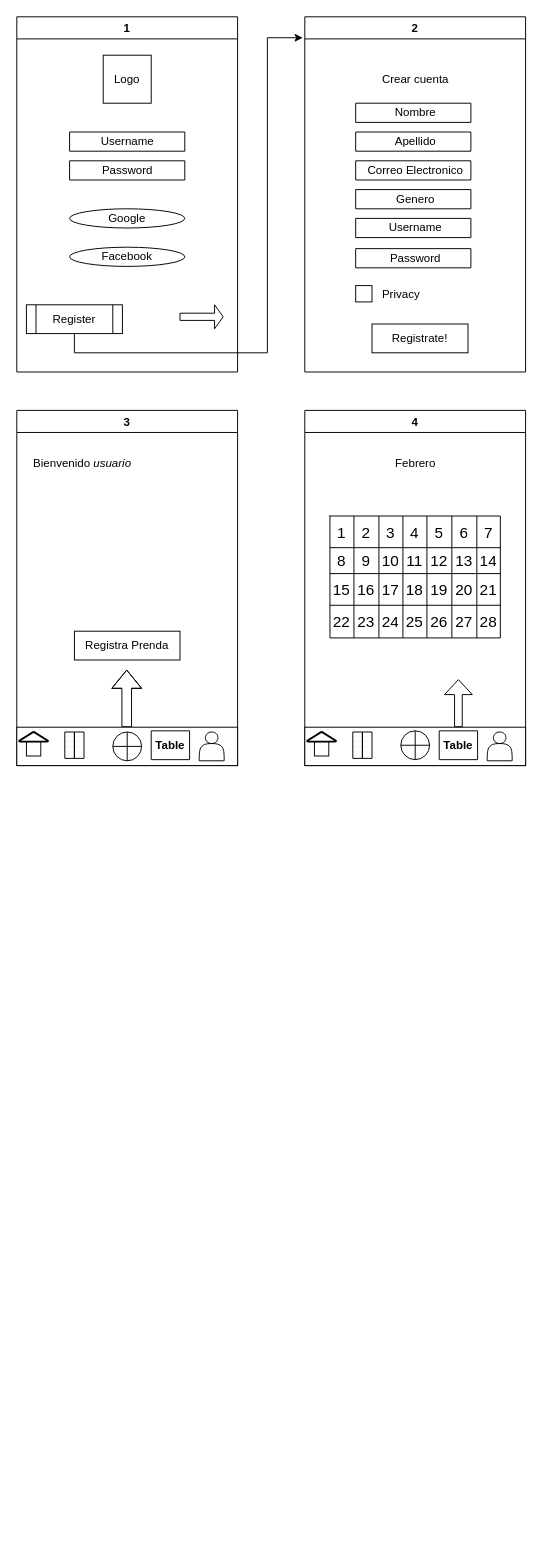
This is pantallas.drawio from lukebella/RopApp, a draw.io file, before an edit. Source tidied: cells renumbered, new cells numbered last; positions are measured from the earlier drawing's top-left corner, leaving out a move shared by most shapes. Both pictures are drawn from the tidied source at 96%, with x=0, y=0 at pixel (16, 16).
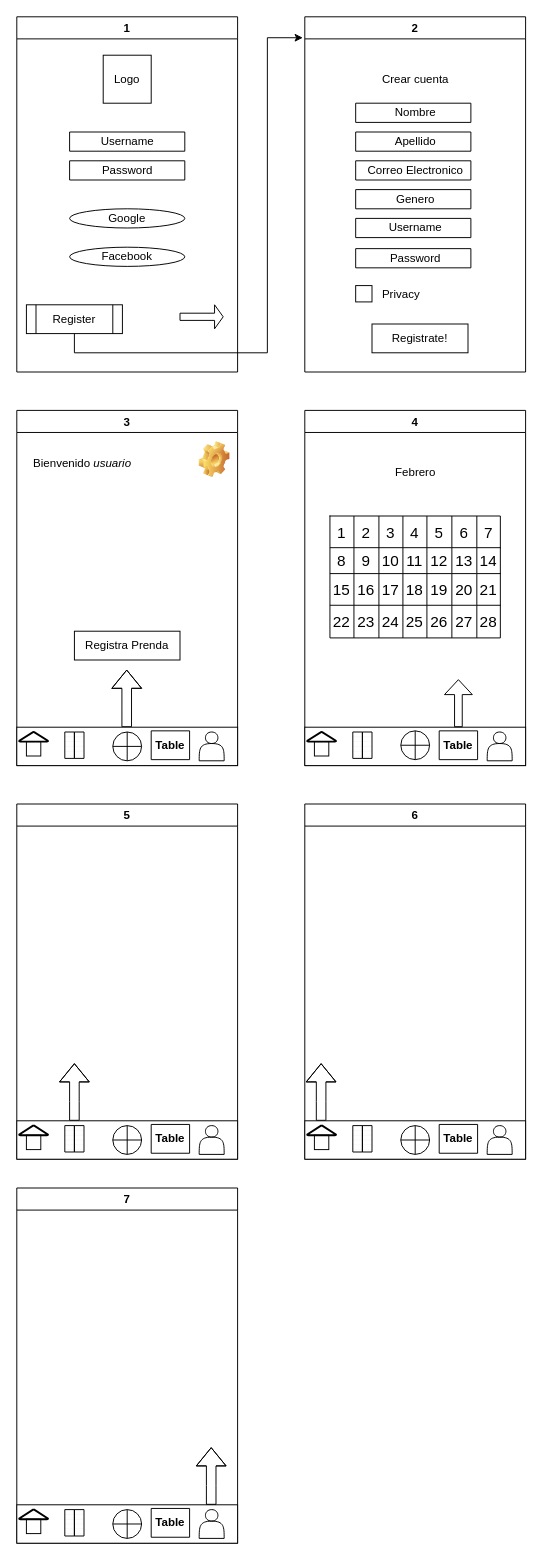
Above is the later version.

The change refers to these unchanged cells:
```xml
<mxCell id="29" value="3" style="swimlane;startSize=23;" parent="1" vertex="1">
  <mxGeometry y="410" width="230" height="370" as="geometry" />
</mxCell>
<mxCell id="42" value="4" style="swimlane;startSize=23;" parent="1" vertex="1">
  <mxGeometry x="300" y="410" width="230" height="370" as="geometry" />
</mxCell>
```

Diff of the diagram source:
```diff
@@
+    <mxCell id="86" style="shape=image;html=1;verticalLabelPosition=bottom;verticalAlign=top;imageAspect=1;image=img/clipart/Gear_128x128.png;" parent="29" vertex="1">
+      <mxGeometry x="190" y="32.5" width="32" height="37.5" as="geometry" />
+    </mxCell>
@@
     <mxCell id="52" value="Febrero" style="text;html=1;align=center;verticalAlign=middle;strokeColor=none;fillColor=none;" parent="42" vertex="1">
-      <mxGeometry x="80" y="40" width="70" height="30" as="geometry" />
+      <mxGeometry x="80" y="50" width="70" height="30" as="geometry" />
     </mxCell>
@@
+    <mxCell id="87" value="5" style="swimlane;startSize=23;" parent="1" vertex="1">
+      <mxGeometry y="820" width="230" height="370" as="geometry" />
+    </mxCell>
+    <mxCell id="88" style="shape=flexArrow;endArrow=classic;html=1;rounded=0;" parent="87" edge="1">
+      <mxGeometry relative="1" as="geometry">
+        <mxPoint x="60" y="330" as="sourcePoint" />
+        <mxPoint x="60" y="270" as="targetPoint" />
+        <Array as="points">
+          <mxPoint x="60" y="310" />
+        </Array>
+      </mxGeometry>
+    </mxCell>
+    <mxCell id="89" style="rounded=0;whiteSpace=wrap;html=1;" parent="87" vertex="1">
+      <mxGeometry y="330" width="230" height="40" as="geometry" />
+    </mxCell>
+    <mxCell id="90" style="shape=orEllipse;perimeter=ellipsePerimeter;whiteSpace=wrap;html=1;backgroundOutline=1;" parent="87" vertex="1">
+      <mxGeometry x="100" y="335" width="30" height="30" as="geometry" />
+    </mxCell>
+    <mxCell id="91" style="shape=actor;whiteSpace=wrap;html=1;" parent="87" vertex="1">
+      <mxGeometry x="190" y="335" width="26" height="30" as="geometry" />
+    </mxCell>
+    <mxCell id="92" style="strokeWidth=2;html=1;shape=mxgraph.flowchart.extract_or_measurement;whiteSpace=wrap;" parent="87" vertex="1">
+      <mxGeometry x="2.5" y="335" width="30" height="10" as="geometry" />
+    </mxCell>
+    <mxCell id="93" style="whiteSpace=wrap;html=1;fillColor=none;" parent="87" vertex="1">
+      <mxGeometry x="10" y="345" width="15" height="15" as="geometry" />
+    </mxCell>
+    <mxCell id="94" style="verticalLabelPosition=bottom;verticalAlign=top;html=1;shape=mxgraph.basic.patternFillRect;fillStyle=vert;step=5;fillStrokeWidth=0.2;fillStrokeColor=#dddddd;direction=south;fillColor=none;" parent="87" vertex="1">
+      <mxGeometry x="50" y="335" width="10" height="27.5" as="geometry" />
+    </mxCell>
+    <mxCell id="95" style="verticalLabelPosition=bottom;verticalAlign=top;html=1;shape=mxgraph.basic.patternFillRect;fillStyle=vert;step=5;fillStrokeWidth=0.2;fillStrokeColor=#dddddd;direction=south;fillColor=none;" parent="87" vertex="1">
+      <mxGeometry x="60" y="335" width="10" height="27.5" as="geometry" />
+    </mxCell>
+    <mxCell id="96" value="Table" style="shape=table;startSize=30;childLayout=tableLayout;rowLines=0;fontStyle=1;align=center;html=1;whiteSpace=wrap;" parent="87" vertex="1">
+      <mxGeometry x="140" y="333.8" width="40" height="30" as="geometry" />
+    </mxCell>
+    <mxCell id="97" value="6" style="swimlane;startSize=23;" parent="1" vertex="1">
+      <mxGeometry x="300" y="820" width="230" height="370" as="geometry" />
+    </mxCell>
+    <mxCell id="98" style="shape=flexArrow;endArrow=classic;html=1;rounded=0;" parent="97" edge="1">
+      <mxGeometry relative="1" as="geometry">
+        <mxPoint x="17" y="330" as="sourcePoint" />
+        <mxPoint x="17" y="270" as="targetPoint" />
+        <Array as="points">
+          <mxPoint x="17" y="310" />
+        </Array>
+      </mxGeometry>
+    </mxCell>
+    <mxCell id="99" style="rounded=0;whiteSpace=wrap;html=1;" parent="97" vertex="1">
+      <mxGeometry y="330" width="230" height="40" as="geometry" />
+    </mxCell>
+    <mxCell id="100" style="shape=orEllipse;perimeter=ellipsePerimeter;whiteSpace=wrap;html=1;backgroundOutline=1;" parent="97" vertex="1">
+      <mxGeometry x="100" y="335" width="30" height="30" as="geometry" />
+    </mxCell>
+    <mxCell id="101" style="shape=actor;whiteSpace=wrap;html=1;" parent="97" vertex="1">
+      <mxGeometry x="190" y="335" width="26" height="30" as="geometry" />
+    </mxCell>
+    <mxCell id="102" style="strokeWidth=2;html=1;shape=mxgraph.flowchart.extract_or_measurement;whiteSpace=wrap;" parent="97" vertex="1">
+      <mxGeometry x="2.5" y="335" width="30" height="10" as="geometry" />
+    </mxCell>
+    <mxCell id="103" style="whiteSpace=wrap;html=1;fillColor=none;" parent="97" vertex="1">
+      <mxGeometry x="10" y="345" width="15" height="15" as="geometry" />
+    </mxCell>
+    <mxCell id="104" style="verticalLabelPosition=bottom;verticalAlign=top;html=1;shape=mxgraph.basic.patternFillRect;fillStyle=vert;step=5;fillStrokeWidth=0.2;fillStrokeColor=#dddddd;direction=south;fillColor=none;" parent="97" vertex="1">
+      <mxGeometry x="50" y="335" width="10" height="27.5" as="geometry" />
+    </mxCell>
+    <mxCell id="105" style="verticalLabelPosition=bottom;verticalAlign=top;html=1;shape=mxgraph.basic.patternFillRect;fillStyle=vert;step=5;fillStrokeWidth=0.2;fillStrokeColor=#dddddd;direction=south;fillColor=none;" parent="97" vertex="1">
+      <mxGeometry x="60" y="335" width="10" height="27.5" as="geometry" />
+    </mxCell>
+    <mxCell id="106" value="Table" style="shape=table;startSize=30;childLayout=tableLayout;rowLines=0;fontStyle=1;align=center;html=1;whiteSpace=wrap;" parent="97" vertex="1">
+      <mxGeometry x="140" y="333.8" width="40" height="30" as="geometry" />
+    </mxCell>
+    <mxCell id="107" value="7" style="swimlane;startSize=23;" parent="1" vertex="1">
+      <mxGeometry y="1220" width="230" height="370" as="geometry" />
+    </mxCell>
+    <mxCell id="108" style="rounded=0;whiteSpace=wrap;html=1;" parent="107" vertex="1">
+      <mxGeometry y="330" width="230" height="40" as="geometry" />
+    </mxCell>
+    <mxCell id="109" style="shape=orEllipse;perimeter=ellipsePerimeter;whiteSpace=wrap;html=1;backgroundOutline=1;" parent="107" vertex="1">
+      <mxGeometry x="100" y="335" width="30" height="30" as="geometry" />
+    </mxCell>
+    <mxCell id="110" style="shape=actor;whiteSpace=wrap;html=1;" parent="107" vertex="1">
+      <mxGeometry x="190" y="335" width="26" height="30" as="geometry" />
+    </mxCell>
+    <mxCell id="111" style="strokeWidth=2;html=1;shape=mxgraph.flowchart.extract_or_measurement;whiteSpace=wrap;" parent="107" vertex="1">
+      <mxGeometry x="2.5" y="335" width="30" height="10" as="geometry" />
+    </mxCell>
+    <mxCell id="112" style="whiteSpace=wrap;html=1;fillColor=none;" parent="107" vertex="1">
+      <mxGeometry x="10" y="345" width="15" height="15" as="geometry" />
+    </mxCell>
+    <mxCell id="113" style="verticalLabelPosition=bottom;verticalAlign=top;html=1;shape=mxgraph.basic.patternFillRect;fillStyle=vert;step=5;fillStrokeWidth=0.2;fillStrokeColor=#dddddd;direction=south;fillColor=none;" parent="107" vertex="1">
+      <mxGeometry x="50" y="335" width="10" height="27.5" as="geometry" />
+    </mxCell>
+    <mxCell id="114" style="verticalLabelPosition=bottom;verticalAlign=top;html=1;shape=mxgraph.basic.patternFillRect;fillStyle=vert;step=5;fillStrokeWidth=0.2;fillStrokeColor=#dddddd;direction=south;fillColor=none;" parent="107" vertex="1">
+      <mxGeometry x="60" y="335" width="10" height="27.5" as="geometry" />
+    </mxCell>
+    <mxCell id="115" value="Table" style="shape=table;startSize=30;childLayout=tableLayout;rowLines=0;fontStyle=1;align=center;html=1;whiteSpace=wrap;" parent="107" vertex="1">
+      <mxGeometry x="140" y="333.8" width="40" height="30" as="geometry" />
+    </mxCell>
+    <mxCell id="116" style="shape=flexArrow;endArrow=classic;html=1;rounded=0;" parent="107" edge="1">
+      <mxGeometry relative="1" as="geometry">
+        <mxPoint x="202.5" y="330" as="sourcePoint" />
+        <mxPoint x="202.5" y="270" as="targetPoint" />
+        <Array as="points">
+          <mxPoint x="202.5" y="310" />
+        </Array>
+      </mxGeometry>
+    </mxCell>
```
